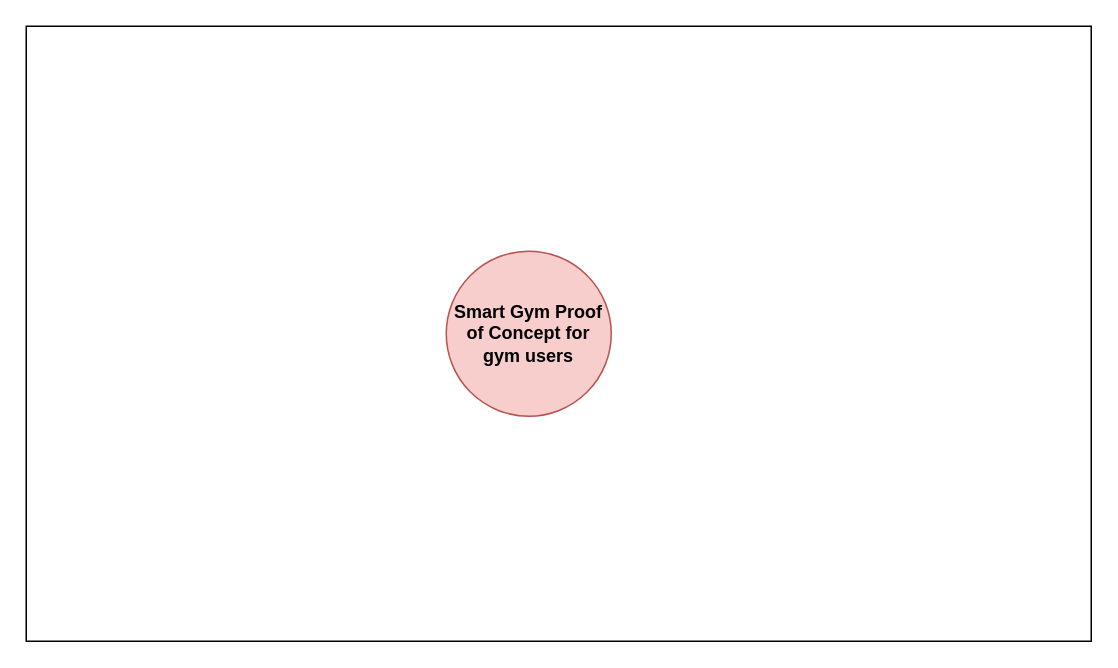
Earlier version of the draw.io diagram research-context-diagram.drawio (vish84725/Research_Artifacts). Source tidied: cells renumbered, new cells numbered last; positions are measured from the earlier drawing's top-left corner, leaving out a move shared by most shapes. Both pictures are drawn from the tidied source at 150%, with x=0, y=0 at pixel (26, 26).
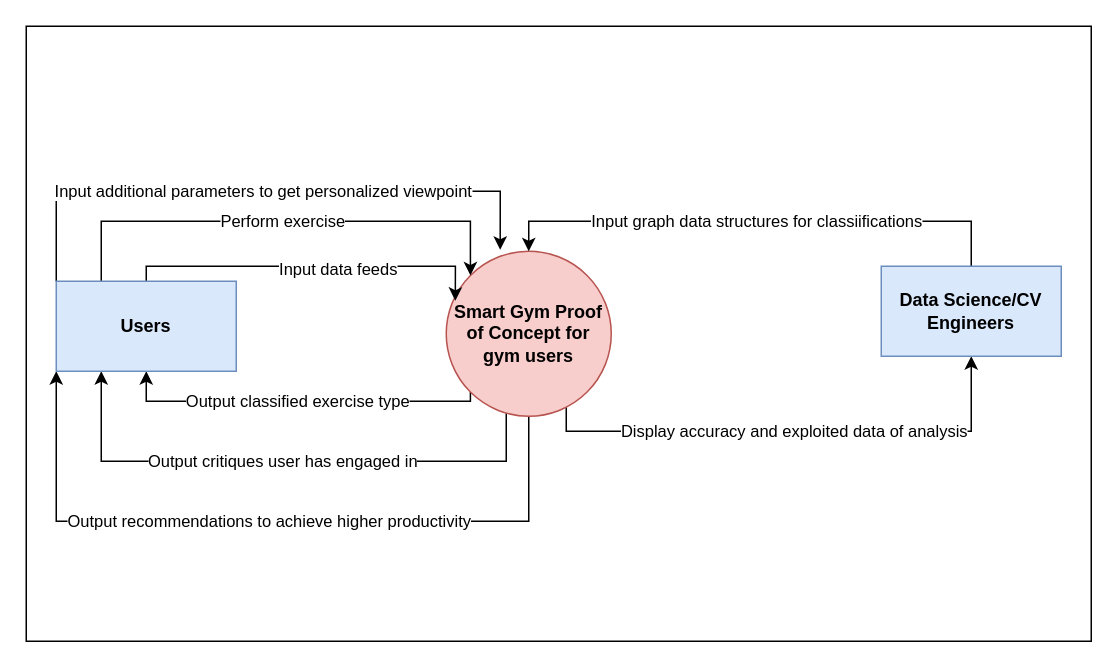
After the change.

Unchanged cells that the change refers to:
```xml
<mxCell id="3" value="&lt;b&gt;Smart Gym Proof of Concept for gym users&lt;/b&gt;" style="ellipse;whiteSpace=wrap;html=1;fillColor=#f8cecc;strokeColor=#b85450;" parent="1" vertex="1">
  <mxGeometry x="280" y="150" width="110" height="110" as="geometry" />
</mxCell>
```

What changed in the source:
```diff
@@
+    <mxCell id="4" value="Display accuracy and exploited data of analysis" style="edgeStyle=orthogonalEdgeStyle;rounded=0;jettySize=auto;html=1;entryX=0.5;entryY=1;entryDx=0;entryDy=0;" parent="1" edge="1" source="3" target="9">
+      <mxGeometry relative="1" as="geometry">
+        <Array as="points">
+          <mxPoint x="360" y="270" />
+          <mxPoint x="630" y="270" />
+        </Array>
+      </mxGeometry>
+    </mxCell>
+    <mxCell id="5" value="Output classified exercise type" style="edgeStyle=orthogonalEdgeStyle;rounded=0;jettySize=auto;html=1;exitX=0;exitY=1;exitDx=0;exitDy=0;entryX=0.5;entryY=1;entryDx=0;entryDy=0;" parent="1" edge="1" source="3" target="14">
+      <mxGeometry relative="1" as="geometry">
+        <Array as="points">
+          <mxPoint x="296" y="250" />
+          <mxPoint x="80" y="250" />
+        </Array>
+      </mxGeometry>
+    </mxCell>
+    <mxCell id="6" value="Output critiques user has engaged in" style="edgeStyle=orthogonalEdgeStyle;rounded=0;jettySize=auto;html=1;entryX=0.25;entryY=1;entryDx=0;entryDy=0;" parent="1" edge="1" source="3" target="14">
+      <mxGeometry relative="1" as="geometry">
+        <Array as="points">
+          <mxPoint x="320" y="290" />
+          <mxPoint x="50" y="290" />
+        </Array>
+      </mxGeometry>
+    </mxCell>
+    <mxCell id="7" value="Output recommendations to achieve higher productivity" style="edgeStyle=orthogonalEdgeStyle;rounded=0;jettySize=auto;html=1;entryX=0;entryY=1;entryDx=0;entryDy=0;" parent="1" edge="1" source="3" target="14">
+      <mxGeometry relative="1" as="geometry">
+        <Array as="points">
+          <mxPoint x="335" y="330" />
+          <mxPoint x="20" y="330" />
+        </Array>
+      </mxGeometry>
+    </mxCell>
@@
+    <mxCell id="8" value="Input graph data structures for classiifications" style="edgeStyle=orthogonalEdgeStyle;rounded=0;jettySize=auto;html=1;entryX=0.5;entryY=0;entryDx=0;entryDy=0;" parent="1" edge="1" source="9" target="3">
+      <mxGeometry relative="1" as="geometry">
+        <Array as="points">
+          <mxPoint x="630" y="130" />
+          <mxPoint x="335" y="130" />
+        </Array>
+      </mxGeometry>
+    </mxCell>
+    <mxCell id="9" value="&lt;b&gt;Data Science/CV Engineers&lt;/b&gt;" style="rounded=0;whiteSpace=wrap;html=1;fillColor=#dae8fc;strokeColor=#6c8ebf;" parent="1" vertex="1">
+      <mxGeometry x="570" y="160" width="120" height="60" as="geometry" />
+    </mxCell>
+    <mxCell id="10" value="Perform exercise" style="edgeStyle=orthogonalEdgeStyle;rounded=0;jettySize=auto;html=1;exitX=0.25;exitY=0;exitDx=0;exitDy=0;entryX=0;entryY=0;entryDx=0;entryDy=0;" parent="1" edge="1" source="14" target="3">
+      <mxGeometry relative="1" as="geometry">
+        <Array as="points">
+          <mxPoint x="50" y="130" />
+          <mxPoint x="296" y="130" />
+        </Array>
+      </mxGeometry>
+    </mxCell>
+    <mxCell id="11" style="edgeStyle=orthogonalEdgeStyle;rounded=0;jettySize=auto;html=1;exitX=0.5;exitY=0;exitDx=0;exitDy=0;entryX=0.055;entryY=0.3;entryDx=0;entryDy=0;entryPerimeter=0;" parent="1" edge="1" source="14" target="3">
+      <mxGeometry relative="1" as="geometry">
+        <Array as="points">
+          <mxPoint x="80" y="160" />
+          <mxPoint x="286" y="160" />
+        </Array>
+      </mxGeometry>
+    </mxCell>
+    <mxCell id="12" value="Input data feeds" style="edgeLabel;html=1;align=center;verticalAlign=middle;" parent="11" vertex="1">
+      <mxGeometry x="0.15" y="-1" relative="1" as="geometry" />
+    </mxCell>
+    <mxCell id="13" value="Input additional parameters to get personalized viewpoint" style="edgeStyle=orthogonalEdgeStyle;rounded=0;jettySize=auto;html=1;exitX=0;exitY=0;exitDx=0;exitDy=0;entryX=0.327;entryY=-0.009;entryDx=0;entryDy=0;entryPerimeter=0;" parent="1" edge="1" source="14" target="3">
+      <mxGeometry relative="1" as="geometry">
+        <Array as="points">
+          <mxPoint x="20" y="110" />
+          <mxPoint x="316" y="110" />
+        </Array>
+      </mxGeometry>
+    </mxCell>
+    <mxCell id="14" value="&lt;b&gt;Users&lt;/b&gt;" style="rounded=0;whiteSpace=wrap;html=1;fillColor=#dae8fc;strokeColor=#6c8ebf;" parent="1" vertex="1">
+      <mxGeometry x="20" y="170" width="120" height="60" as="geometry" />
+    </mxCell>
```
